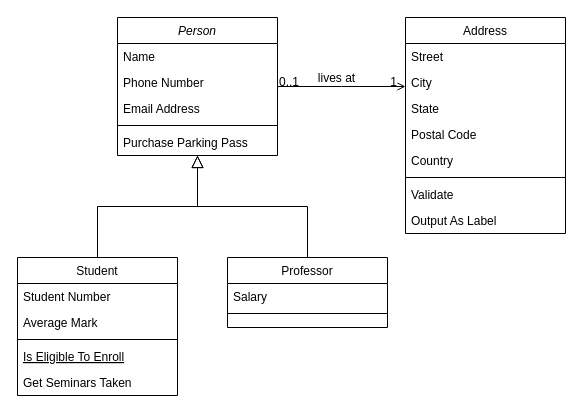
Above: 优惠券.drawio in xyz-lyjoe/draw (draw.io), before the change. Source tidied: cells renumbered, new cells numbered last; positions are measured from the earlier drawing's top-left corner, leaving out a move shared by most shapes. Both pictures are drawn from the tidied source at 100%, with x=0, y=0 at pixel (17, 17).
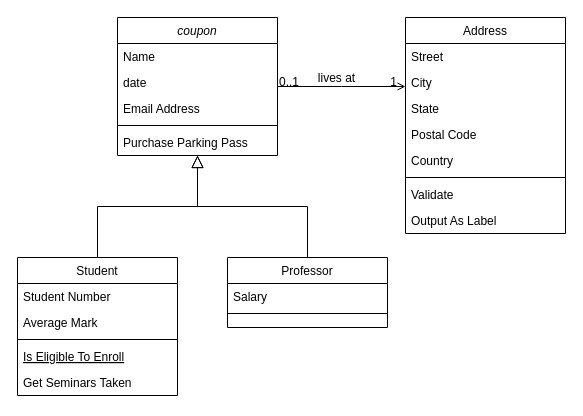
Above is the later version.

Commit message:
更新优惠券.drawio

The edit, as a diff of the source:
```diff
@@
-    <mxCell id="2" value="Person" style="swimlane;fontStyle=2;align=center;verticalAlign=top;horizontal=1;startSize=26;rounded=0;shadow=0;strokeWidth=1;" parent="1" vertex="1">
+    <mxCell id="2" value="coupon" style="swimlane;fontStyle=2;align=center;verticalAlign=top;horizontal=1;startSize=26;rounded=0;shadow=0;strokeWidth=1;" parent="1" vertex="1">
       <mxGeometry x="100" width="160" height="138" as="geometry" />
     </mxCell>
@@
-    <mxCell id="4" value="Phone Number" style="text;align=left;verticalAlign=top;spacingLeft=4;spacingRight=4;overflow=hidden;rounded=0;shadow=0;html=0;" parent="2" vertex="1">
+    <mxCell id="4" value="date" style="text;align=left;verticalAlign=top;spacingLeft=4;spacingRight=4;overflow=hidden;rounded=0;shadow=0;html=0;" parent="2" vertex="1">
       <mxGeometry y="52" width="160" height="26" as="geometry" />
     </mxCell>
```
